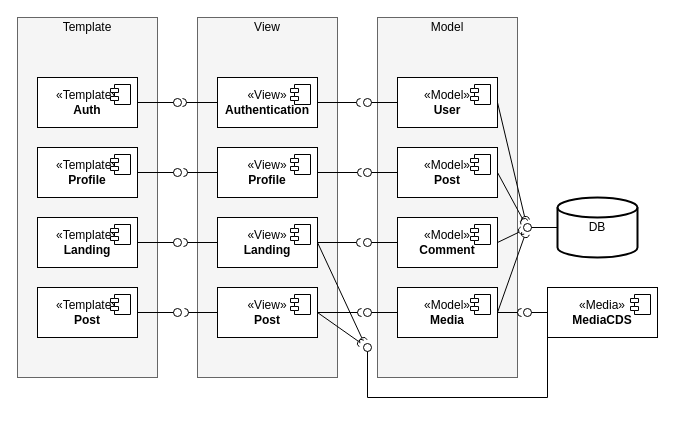
Before: report/diagrams/ComponentView.drawio.xml in Raphade/petstagram, a draw.io diagram. Source tidied: cells renumbered, new cells numbered last; positions are measured from the earlier drawing's top-left corner, leaving out a move shared by most shapes. Both pictures are drawn from the tidied source at 100%, with x=0, y=0 at pixel (17, 17).
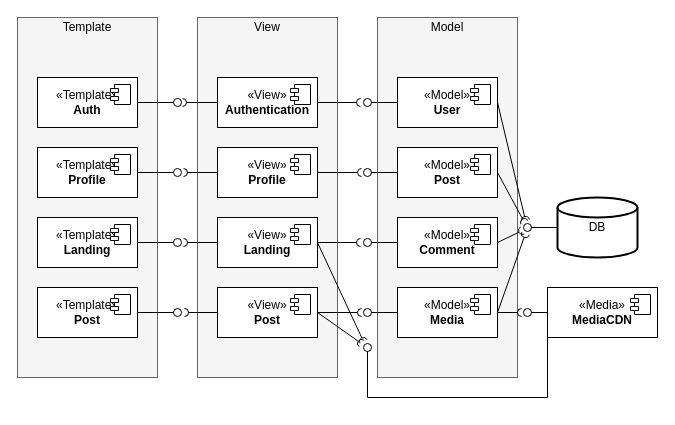
The same diagram, later.

The edit, as a diff of the source:
```diff
@@
-    <mxCell id="33" value="&lt;div&gt;«Media»&lt;b&gt;&lt;br&gt;&lt;/b&gt;&lt;/div&gt;&lt;div&gt;&lt;b&gt;MediaCDS&lt;/b&gt;&lt;/div&gt;" style="html=1;whiteSpace=wrap;" parent="1" vertex="1">
+    <mxCell id="33" value="&lt;div&gt;«Media»&lt;b&gt;&lt;br&gt;&lt;/b&gt;&lt;/div&gt;&lt;div&gt;&lt;b&gt;MediaCDN&lt;/b&gt;&lt;/div&gt;" style="html=1;whiteSpace=wrap;" parent="1" vertex="1">
       <mxGeometry x="530" y="270" width="110" height="50" as="geometry" />
     </mxCell>
```
